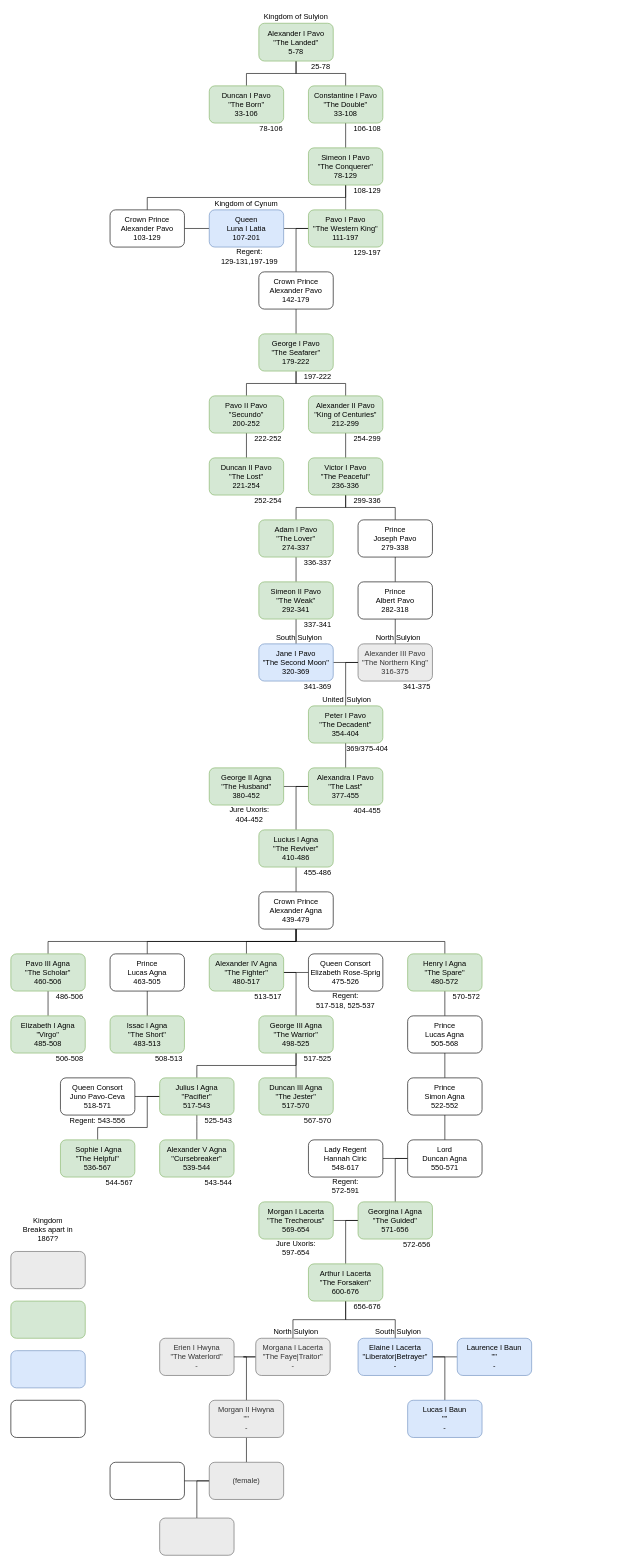
Earlier version of the draw.io diagram Joint Folder/Royal Family Tree of Jam and Peacock.drawio (jamlamtheblue/DES-Pol). Source tidied: cells renumbered, new cells numbered last; positions are measured from the earlier drawing's top-left corner, leaving out a move shared by most shapes. Both pictures are drawn from the tidied source at 62%, with x=0, y=0 at pixel (11, 11).
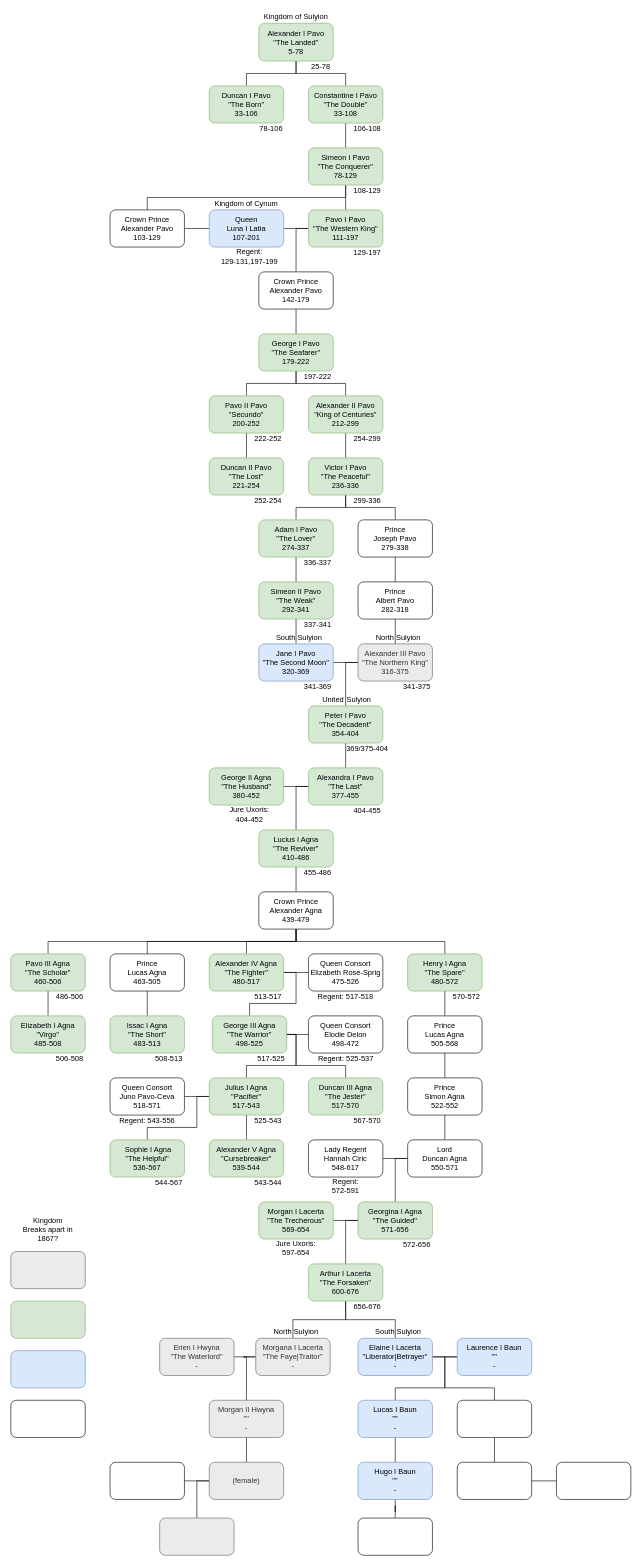
Above is the later version.

The change refers to these unchanged cells:
```xml
<mxCell id="92" value="Alexander IV Agna&lt;br&gt;&quot;The Fighter&quot;&lt;br&gt;480-517" style="rounded=1;whiteSpace=wrap;html=1;fillColor=#d5e8d4;strokeColor=#82b366;" parent="1" vertex="1">
  <mxGeometry x="320" y="1521" width="120" height="60" as="geometry" />
</mxCell>
<mxCell id="144" value="Elaine I Lacerta&lt;br&gt;&quot;Liberator|Betrayer&quot;&lt;br&gt;-" style="rounded=1;whiteSpace=wrap;html=1;fillColor=#dae8fc;strokeColor=#6c8ebf;" parent="1" vertex="1">
  <mxGeometry x="560" y="2141" width="120" height="60" as="geometry" />
</mxCell>
<mxCell id="145" value="Laurence I Baun&lt;br&gt;&quot;&quot;&lt;br&gt;-" style="rounded=1;whiteSpace=wrap;html=1;fillColor=#dae8fc;strokeColor=#6c8ebf;" parent="1" vertex="1">
  <mxGeometry x="720" y="2141" width="120" height="60" as="geometry" />
</mxCell>
```

Change to the diagram source:
```diff
@@
     <mxCell id="90" style="edgeStyle=orthogonalEdgeStyle;rounded=0;jettySize=auto;html=1;entryX=0.5;entryY=0;entryDx=0;entryDy=0;endArrow=none;endFill=0;" parent="1" edge="1" source="92" target="97">
       <mxGeometry relative="1" as="geometry">
         <Array as="points">
           <mxPoint x="460" y="1551" />
+          <mxPoint x="460" y="1601" />
+          <mxPoint x="385" y="1601" />
         </Array>
       </mxGeometry>
     </mxCell>
@@
     <mxCell id="95" style="edgeStyle=orthogonalEdgeStyle;rounded=0;jettySize=auto;html=1;entryX=0.5;entryY=0;entryDx=0;entryDy=0;endArrow=none;endFill=0;" parent="1" edge="1" source="97" target="101">
       <mxGeometry relative="1" as="geometry">
         <Array as="points">
+          <mxPoint x="460" y="1651" />
           <mxPoint x="460" y="1701" />
-          <mxPoint x="300" y="1701" />
+          <mxPoint x="380" y="1701" />
         </Array>
       </mxGeometry>
     </mxCell>
     <mxCell id="96" style="edgeStyle=orthogonalEdgeStyle;rounded=0;jettySize=auto;html=1;entryX=0.5;entryY=0;entryDx=0;entryDy=0;endArrow=none;endFill=0;" parent="1" edge="1" source="97" target="102">
-      <mxGeometry relative="1" as="geometry" />
+      <mxGeometry relative="1" as="geometry">
+        <Array as="points">
+          <mxPoint x="460" y="1651" />
+          <mxPoint x="460" y="1701" />
+          <mxPoint x="540" y="1701" />
+        </Array>
+      </mxGeometry>
     </mxCell>
     <mxCell id="97" value="George III Agna&lt;br&gt;&quot;The Warrior&quot;&lt;br&gt;498-525" style="rounded=1;whiteSpace=wrap;html=1;fillColor=#d5e8d4;strokeColor=#82b366;" parent="1" vertex="1">
-      <mxGeometry x="400" y="1621" width="120" height="60" as="geometry" />
+      <mxGeometry x="325" y="1621" width="120" height="60" as="geometry" />
     </mxCell>
     <mxCell id="98" style="edgeStyle=orthogonalEdgeStyle;rounded=0;jettySize=auto;html=1;entryX=0.5;entryY=0;entryDx=0;entryDy=0;endArrow=none;endFill=0;" parent="1" edge="1" source="101" target="104">
       <mxGeometry relative="1" as="geometry">
         <Array as="points">
-          <mxPoint x="300" y="1791" />
-          <mxPoint x="300" y="1791" />
+          <mxPoint x="380" y="1791" />
+          <mxPoint x="380" y="1791" />
         </Array>
       </mxGeometry>
     </mxCell>
     <mxCell id="99" style="edgeStyle=orthogonalEdgeStyle;rounded=0;jettySize=auto;html=1;entryX=0.5;entryY=0;entryDx=0;entryDy=0;endArrow=none;endFill=0;" parent="1" edge="1" source="101" target="103">
       <mxGeometry relative="1" as="geometry">
         <Array as="points">
-          <mxPoint x="220" y="1751" />
+          <mxPoint x="300" y="1751" />
+          <mxPoint x="300" y="1801" />
           <mxPoint x="220" y="1801" />
-          <mxPoint x="140" y="1801" />
         </Array>
       </mxGeometry>
     </mxCell>
@@
     <mxCell id="101" value="Julius I Agna&lt;br&gt;&quot;Pacifier&quot;&lt;br&gt;517-543" style="rounded=1;whiteSpace=wrap;html=1;fillColor=#d5e8d4;strokeColor=#82b366;" parent="1" vertex="1">
-      <mxGeometry x="240" y="1721" width="120" height="60" as="geometry" />
+      <mxGeometry x="320" y="1721" width="120" height="60" as="geometry" />
     </mxCell>
     <mxCell id="102" value="Duncan III Agna&lt;br&gt;&quot;The Jester&quot;&lt;br&gt;517-570" style="rounded=1;whiteSpace=wrap;html=1;fillColor=#d5e8d4;strokeColor=#82b366;" parent="1" vertex="1">
-      <mxGeometry x="400" y="1721" width="120" height="60" as="geometry" />
+      <mxGeometry x="480" y="1721" width="120" height="60" as="geometry" />
     </mxCell>
     <mxCell id="103" value="&amp;nbsp;Sophie I Agna&lt;br&gt;&quot;The Helpful&quot;&lt;br&gt;536-567" style="rounded=1;whiteSpace=wrap;html=1;fillColor=#d5e8d4;strokeColor=#82b366;" parent="1" vertex="1">
-      <mxGeometry x="80" y="1821" width="120" height="60" as="geometry" />
+      <mxGeometry x="160" y="1821" width="120" height="60" as="geometry" />
     </mxCell>
     <mxCell id="104" value="Alexander V Agna&lt;br&gt;&quot;Cursebreaker&quot;&lt;br&gt;539-544" style="rounded=1;whiteSpace=wrap;html=1;fillColor=#d5e8d4;strokeColor=#82b366;" parent="1" vertex="1">
-      <mxGeometry x="240" y="1821" width="120" height="60" as="geometry" />
+      <mxGeometry x="320" y="1821" width="120" height="60" as="geometry" />
     </mxCell>
@@
     <mxCell id="116" value="Queen Consort&lt;br&gt;Juno Pavo-Ceva&lt;br&gt;518-571" style="rounded=1;whiteSpace=wrap;html=1;" parent="1" vertex="1">
-      <mxGeometry x="80" y="1721" width="120" height="60" as="geometry" />
+      <mxGeometry x="160" y="1721" width="120" height="60" as="geometry" />
     </mxCell>
@@
     <mxCell id="118" value="517-525" style="text;html=1;strokeColor=none;fillColor=none;align=center;verticalAlign=middle;whiteSpace=wrap;rounded=0;" parent="1" vertex="1">
-      <mxGeometry x="470" y="1681" width="50" height="20" as="geometry" />
+      <mxGeometry x="395" y="1681" width="50" height="20" as="geometry" />
     </mxCell>
     <mxCell id="119" value="525-543" style="text;html=1;strokeColor=none;fillColor=none;align=center;verticalAlign=middle;whiteSpace=wrap;rounded=0;" parent="1" vertex="1">
-      <mxGeometry x="310" y="1781" width="50" height="20" as="geometry" />
+      <mxGeometry x="390" y="1781" width="50" height="20" as="geometry" />
     </mxCell>
     <mxCell id="120" value="543-544" style="text;html=1;strokeColor=none;fillColor=none;align=center;verticalAlign=middle;whiteSpace=wrap;rounded=0;" parent="1" vertex="1">
-      <mxGeometry x="310" y="1881" width="50" height="20" as="geometry" />
+      <mxGeometry x="390" y="1881" width="50" height="20" as="geometry" />
     </mxCell>
@@
     <mxCell id="124" value="544-567" style="text;html=1;strokeColor=none;fillColor=none;align=center;verticalAlign=middle;whiteSpace=wrap;rounded=0;" parent="1" vertex="1">
-      <mxGeometry x="150" y="1881" width="50" height="20" as="geometry" />
+      <mxGeometry x="230" y="1881" width="50" height="20" as="geometry" />
     </mxCell>
@@
     <mxCell id="129" value="567-570" style="text;html=1;strokeColor=none;fillColor=none;align=center;verticalAlign=middle;whiteSpace=wrap;rounded=0;" parent="1" vertex="1">
-      <mxGeometry x="470" y="1781" width="50" height="20" as="geometry" />
+      <mxGeometry x="550" y="1781" width="50" height="20" as="geometry" />
     </mxCell>
@@
-    <mxCell id="132" value="Regent:&lt;br&gt;517-518, 525-537" style="text;html=1;strokeColor=none;fillColor=none;align=center;verticalAlign=middle;whiteSpace=wrap;rounded=0;fontSize=12;" parent="1" vertex="1">
-      <mxGeometry x="490" y="1581" width="100" height="30" as="geometry" />
+    <mxCell id="132" value="Regent: 517-518" style="text;html=1;strokeColor=none;fillColor=none;align=center;verticalAlign=middle;whiteSpace=wrap;rounded=0;fontSize=12;" parent="1" vertex="1">
+      <mxGeometry x="490" y="1576" width="100" height="30" as="geometry" />
     </mxCell>
     <mxCell id="133" value="Regent: 543-556" style="text;html=1;strokeColor=none;fillColor=none;align=center;verticalAlign=middle;whiteSpace=wrap;rounded=0;fontSize=12;" parent="1" vertex="1">
-      <mxGeometry x="90" y="1776" width="100" height="30" as="geometry" />
+      <mxGeometry x="170" y="1776" width="100" height="30" as="geometry" />
     </mxCell>
@@
     <mxCell id="143" style="edgeStyle=orthogonalEdgeStyle;rounded=0;jettySize=auto;html=1;entryX=0.5;entryY=0;entryDx=0;entryDy=0;endArrow=none;endFill=0;" parent="1" edge="1" source="144" target="150">
       <mxGeometry relative="1" as="geometry">
         <Array as="points">
           <mxPoint x="700" y="2171" />
+          <mxPoint x="700" y="2221" />
+          <mxPoint x="620" y="2221" />
         </Array>
       </mxGeometry>
     </mxCell>
@@
+    <mxCell id="157" style="edgeStyle=orthogonalEdgeStyle;rounded=0;jettySize=auto;html=1;endArrow=none;endFill=0;" parent="1" edge="1" source="145" target="163">
+      <mxGeometry relative="1" as="geometry">
+        <Array as="points">
+          <mxPoint x="700" y="2171" />
+          <mxPoint x="700" y="2221" />
+          <mxPoint x="780" y="2221" />
+        </Array>
+      </mxGeometry>
+    </mxCell>
@@
+    <mxCell id="158" style="edgeStyle=orthogonalEdgeStyle;rounded=0;jettySize=auto;html=1;endArrow=none;endFill=0;" parent="1" edge="1" source="150" target="165">
+      <mxGeometry relative="1" as="geometry" />
+    </mxCell>
     <mxCell id="150" value="Lucas I Baun&lt;br&gt;&quot;&quot;&lt;br&gt;-" style="rounded=1;whiteSpace=wrap;html=1;fillColor=#dae8fc;strokeColor=#6c8ebf;" parent="1" vertex="1">
-      <mxGeometry x="640" y="2241" width="120" height="60" as="geometry" />
+      <mxGeometry x="560" y="2241" width="120" height="60" as="geometry" />
     </mxCell>
@@
+    <mxCell id="159" value="Queen Consort&lt;br&gt;Elodie Delon&lt;br&gt;498-472" style="rounded=1;whiteSpace=wrap;html=1;" parent="1" vertex="1">
+      <mxGeometry x="480" y="1621" width="120" height="60" as="geometry" />
+    </mxCell>
+    <mxCell id="160" style="endArrow=none;html=1;rounded=0;entryX=0;entryY=0.5;entryDx=0;entryDy=0;exitX=1;exitY=0.5;exitDx=0;exitDy=0;" parent="1" edge="1" source="97" target="159">
+      <mxGeometry relative="1" as="geometry" />
+    </mxCell>
+    <mxCell id="161" value="Regent:&amp;nbsp;525-537" style="text;html=1;align=center;verticalAlign=middle;strokeColor=none;fillColor=none;" parent="1" vertex="1">
+      <mxGeometry x="485" y="1676" width="110" height="30" as="geometry" />
+    </mxCell>
+    <mxCell id="162" style="edgeStyle=orthogonalEdgeStyle;rounded=0;jettySize=auto;html=1;endArrow=none;endFill=0;" parent="1" edge="1" source="163" target="167">
+      <mxGeometry relative="1" as="geometry" />
+    </mxCell>
+    <mxCell id="163" style="rounded=1;whiteSpace=wrap;html=1;" parent="1" vertex="1">
+      <mxGeometry x="720" y="2241" width="120" height="60" as="geometry" />
+    </mxCell>
+    <mxCell id="164" style="edgeStyle=orthogonalEdgeStyle;rounded=0;jettySize=auto;html=1;endArrow=none;endFill=0;" parent="1" edge="1" source="165" target="166">
+      <mxGeometry relative="1" as="geometry" />
+    </mxCell>
+    <mxCell id="165" value="Hugo I Baun&lt;br&gt;&quot;&quot;&lt;br&gt;-" style="rounded=1;whiteSpace=wrap;html=1;fillColor=#dae8fc;strokeColor=#6c8ebf;" parent="1" vertex="1">
+      <mxGeometry x="560" y="2341" width="120" height="60" as="geometry" />
+    </mxCell>
+    <mxCell id="166" style="rounded=1;whiteSpace=wrap;html=1;" parent="1" vertex="1">
+      <mxGeometry x="560" y="2431" width="120" height="60" as="geometry" />
+    </mxCell>
+    <mxCell id="167" style="rounded=1;whiteSpace=wrap;html=1;" parent="1" vertex="1">
+      <mxGeometry x="720" y="2341" width="120" height="60" as="geometry" />
+    </mxCell>
+    <mxCell id="168" style="edgeStyle=orthogonalEdgeStyle;rounded=0;jettySize=auto;html=1;endArrow=none;endFill=0;" parent="1" edge="1" source="169" target="167">
+      <mxGeometry relative="1" as="geometry" />
+    </mxCell>
+    <mxCell id="169" style="rounded=1;whiteSpace=wrap;html=1;" parent="1" vertex="1">
+      <mxGeometry x="880" y="2341" width="120" height="60" as="geometry" />
+    </mxCell>
```
